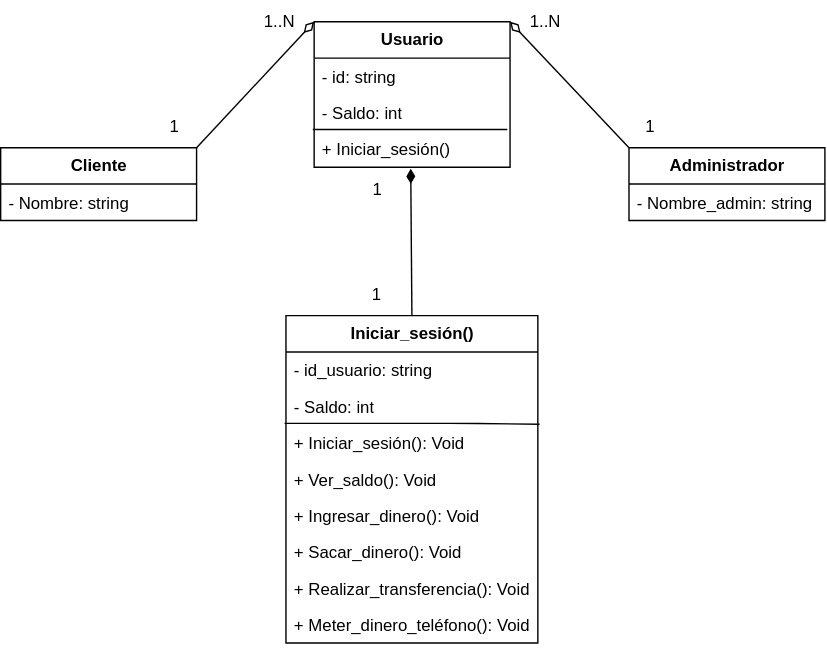
Before: Diagrama de clases/Tarea_cajero/DClases-cajero_automatico.svg, a diagram exported from draw.io (GRMiguelAngel/ETS). Source tidied: cells renumbered, new cells last; positions are measured from the earlier drawing's top-left corner, leaving out a move shared by most shapes.
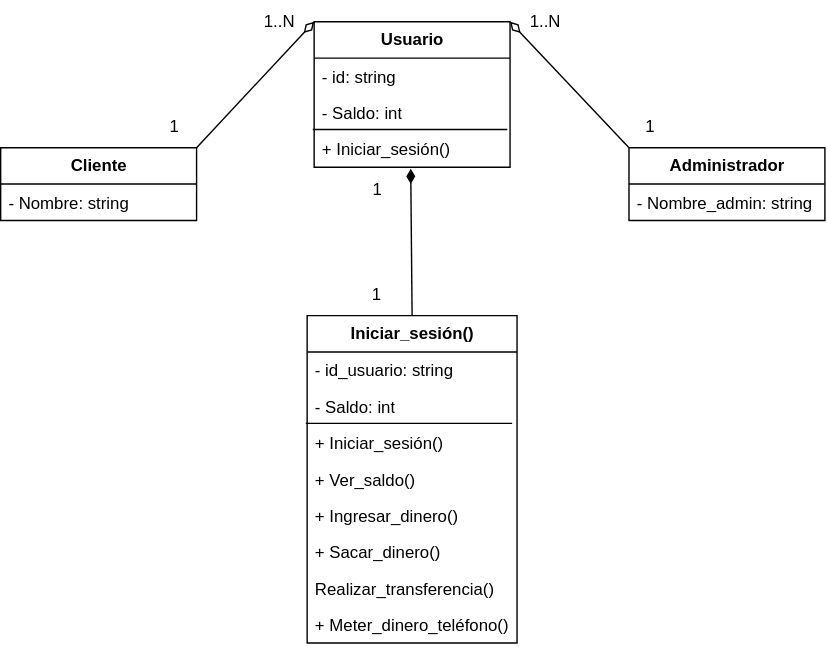
The same diagram one commit later.

Commit message:
Subida de tarea cajero

Change to the diagram source:
```diff
@@ -15,39 +15,40 @@
       <mxGeometry y="26" width="140" height="26" as="geometry" />
     </mxCell>
     <mxCell id="6" value="Iniciar_sesión()" style="swimlane;fontStyle=1;horizontal=1;startSize=26;fillColor=none;html=1;" parent="1" vertex="1">
-      <mxGeometry x="203.9" y="225" width="180" height="234" as="geometry" />
+      <mxGeometry x="219" y="225" width="150" height="234" as="geometry" />
     </mxCell>
     <mxCell id="7" value="- id_usuario: string" style="text;strokeColor=none;fillColor=none;align=left;verticalAlign=top;spacingLeft=4;spacingRight=4;overflow=hidden;whiteSpace=wrap;html=1;" parent="6" vertex="1">
-      <mxGeometry y="26" width="180" height="26" as="geometry" />
+      <mxGeometry y="26" width="150" height="26" as="geometry" />
     </mxCell>
     <mxCell id="8" value="- Saldo: int" style="text;strokeColor=none;fillColor=none;align=left;verticalAlign=top;spacingLeft=4;spacingRight=4;overflow=hidden;whiteSpace=wrap;html=1;" parent="6" vertex="1">
-      <mxGeometry y="52" width="180" height="26" as="geometry" />
+      <mxGeometry y="52" width="150" height="26" as="geometry" />
     </mxCell>
-    <mxCell id="9" value="+ Iniciar_sesión(): Void" style="text;strokeColor=none;fillColor=none;align=left;verticalAlign=top;spacingLeft=4;spacingRight=4;overflow=hidden;points=[[0,0.5],[1,0.5]];portConstraint=eastwest;whiteSpace=wrap;html=1;" parent="6" vertex="1">
-      <mxGeometry y="78" width="180" height="26" as="geometry" />
+    <mxCell id="9" value="+ Iniciar_sesión()" style="text;strokeColor=none;fillColor=none;align=left;verticalAlign=top;spacingLeft=4;spacingRight=4;overflow=hidden;points=[[0,0.5],[1,0.5]];portConstraint=eastwest;whiteSpace=wrap;html=1;" parent="6" vertex="1">
+      <mxGeometry y="78" width="150" height="26" as="geometry" />
     </mxCell>
-    <mxCell id="10" style="endArrow=none;html=1;entryX=-0.007;entryY=-0.038;entryDx=0;entryDy=0;entryPerimeter=0;exitX=1.007;exitY=-0.013;exitDx=0;exitDy=0;exitPerimeter=0;" parent="6" edge="1" source="9">
+    <mxCell id="10" style="endArrow=none;html=1;entryX=-0.007;entryY=-0.038;entryDx=0;entryDy=0;entryPerimeter=0;" parent="6" edge="1">
       <mxGeometry relative="1" as="geometry">
+        <mxPoint x="146.5" y="77" as="sourcePoint" />
         <mxPoint x="-1" y="77" as="targetPoint" />
         <Array as="points">
           <mxPoint x="126.5" y="77" />
         </Array>
       </mxGeometry>
     </mxCell>
-    <mxCell id="11" value="+ Ver_saldo(): Void" style="text;strokeColor=none;fillColor=none;align=left;verticalAlign=top;spacingLeft=4;spacingRight=4;overflow=hidden;whiteSpace=wrap;html=1;" parent="6" vertex="1">
-      <mxGeometry y="104" width="180" height="26" as="geometry" />
+    <mxCell id="11" value="+ Ver_saldo()" style="text;strokeColor=none;fillColor=none;align=left;verticalAlign=top;spacingLeft=4;spacingRight=4;overflow=hidden;whiteSpace=wrap;html=1;" parent="6" vertex="1">
+      <mxGeometry y="104" width="150" height="26" as="geometry" />
     </mxCell>
-    <mxCell id="12" value="+ Ingresar_dinero(): Void" style="text;strokeColor=none;fillColor=none;align=left;verticalAlign=top;spacingLeft=4;spacingRight=4;overflow=hidden;whiteSpace=wrap;html=1;" parent="6" vertex="1">
-      <mxGeometry y="130" width="180" height="26" as="geometry" />
+    <mxCell id="12" value="+ Ingresar_dinero()" style="text;strokeColor=none;fillColor=none;align=left;verticalAlign=top;spacingLeft=4;spacingRight=4;overflow=hidden;whiteSpace=wrap;html=1;" parent="6" vertex="1">
+      <mxGeometry y="130" width="150" height="26" as="geometry" />
     </mxCell>
-    <mxCell id="13" value="+ Sacar_dinero(): Void" style="text;strokeColor=none;fillColor=none;align=left;verticalAlign=top;spacingLeft=4;spacingRight=4;overflow=hidden;whiteSpace=wrap;html=1;" parent="6" vertex="1">
-      <mxGeometry y="156" width="180" height="26" as="geometry" />
+    <mxCell id="13" value="+ Sacar_dinero()" style="text;strokeColor=none;fillColor=none;align=left;verticalAlign=top;spacingLeft=4;spacingRight=4;overflow=hidden;whiteSpace=wrap;html=1;" parent="6" vertex="1">
+      <mxGeometry y="156" width="150" height="26" as="geometry" />
     </mxCell>
-    <mxCell id="14" value="+ Realizar_transferencia(): Void" style="text;strokeColor=none;fillColor=none;align=left;verticalAlign=top;spacingLeft=4;spacingRight=4;overflow=hidden;whiteSpace=wrap;html=1;" parent="6" vertex="1">
-      <mxGeometry y="182" width="180" height="26" as="geometry" />
+    <mxCell id="14" value="Realizar_transferencia()" style="text;strokeColor=none;fillColor=none;align=left;verticalAlign=top;spacingLeft=4;spacingRight=4;overflow=hidden;whiteSpace=wrap;html=1;" parent="6" vertex="1">
+      <mxGeometry y="182" width="150" height="26" as="geometry" />
     </mxCell>
-    <mxCell id="15" value="+ Meter_dinero_teléfono(): Void" style="text;strokeColor=none;fillColor=none;align=left;verticalAlign=top;spacingLeft=4;spacingRight=4;overflow=hidden;whiteSpace=wrap;html=1;" parent="6" vertex="1">
-      <mxGeometry y="208" width="180" height="26" as="geometry" />
+    <mxCell id="15" value="+ Meter_dinero_teléfono()" style="text;strokeColor=none;fillColor=none;align=left;verticalAlign=top;spacingLeft=4;spacingRight=4;overflow=hidden;whiteSpace=wrap;html=1;" parent="6" vertex="1">
+      <mxGeometry y="208" width="150" height="26" as="geometry" />
     </mxCell>
     <mxCell id="16" value="Usuario" style="swimlane;fontStyle=1;horizontal=1;startSize=26;fillColor=none;html=1;" parent="1" vertex="1">
       <mxGeometry x="224" y="15" width="140" height="104" as="geometry" />
@@ -91,7 +92,7 @@
     <mxCell id="28" value="1" style="text;html=1;align=center;verticalAlign=middle;strokeColor=none;fillColor=none;" parent="1" vertex="1">
       <mxGeometry x="254" y="120" width="30" height="30" as="geometry" />
     </mxCell>
-    <mxCell id="29" value="1..N" style="text;html=1;align=center;verticalAlign=middle;strokeColor=none;fillColor=none;rotation=0;" parent="1" vertex="1">
+    <mxCell id="29" value="1..N" style="text;html=1;align=center;verticalAlign=middle;strokeColor=none;fillColor=none;" parent="1" vertex="1">
       <mxGeometry x="364" width="50" height="30" as="geometry" />
     </mxCell>
   </root>
```
